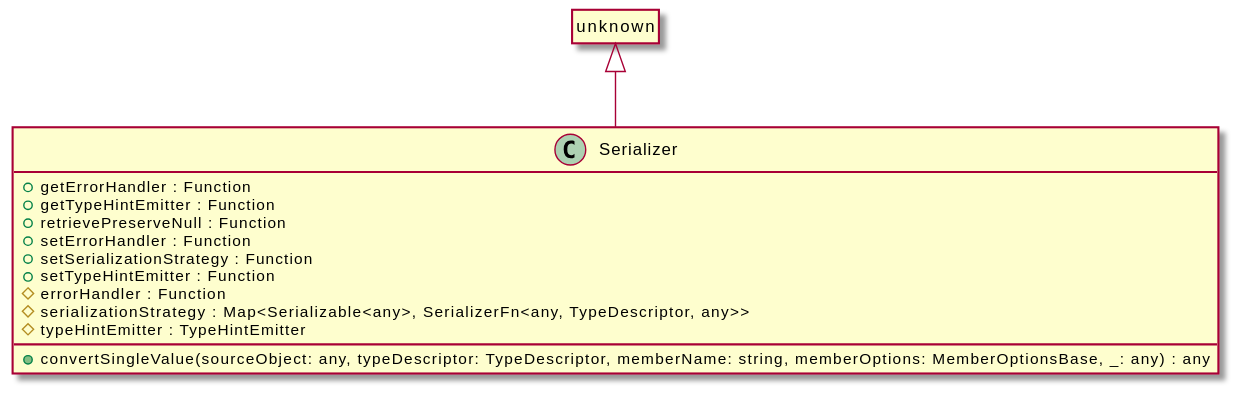
OpenHPS/openhps-core keeps this PlantUML diagram as assets/Serializer-umlClassDiagram-6727.svg. Above is the earlier version.
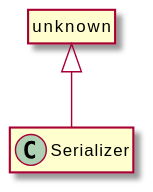
After the commit.

The edit, as a diff of the source:
```diff
@@ -3,16 +3,6 @@
 hide empty methods
 hide empty fields
 class "Serializer" {
-    +getErrorHandler : Function
-    +getTypeHintEmitter : Function
-    +retrievePreserveNull : Function
-    +setErrorHandler : Function
-    +setSerializationStrategy : Function
-    +setTypeHintEmitter : Function
-    #errorHandler : Function
-    #serializationStrategy : Map<Serializable<any>, SerializerFn<any, TypeDescriptor, any>>
-    #typeHintEmitter : TypeHintEmitter
-    +convertSingleValue(sourceObject: any, typeDescriptor: TypeDescriptor, memberName: string, memberOptions: MemberOptionsBase, _: any) : any
 }
 class "unknown"
 hide "unknown" circle
```
